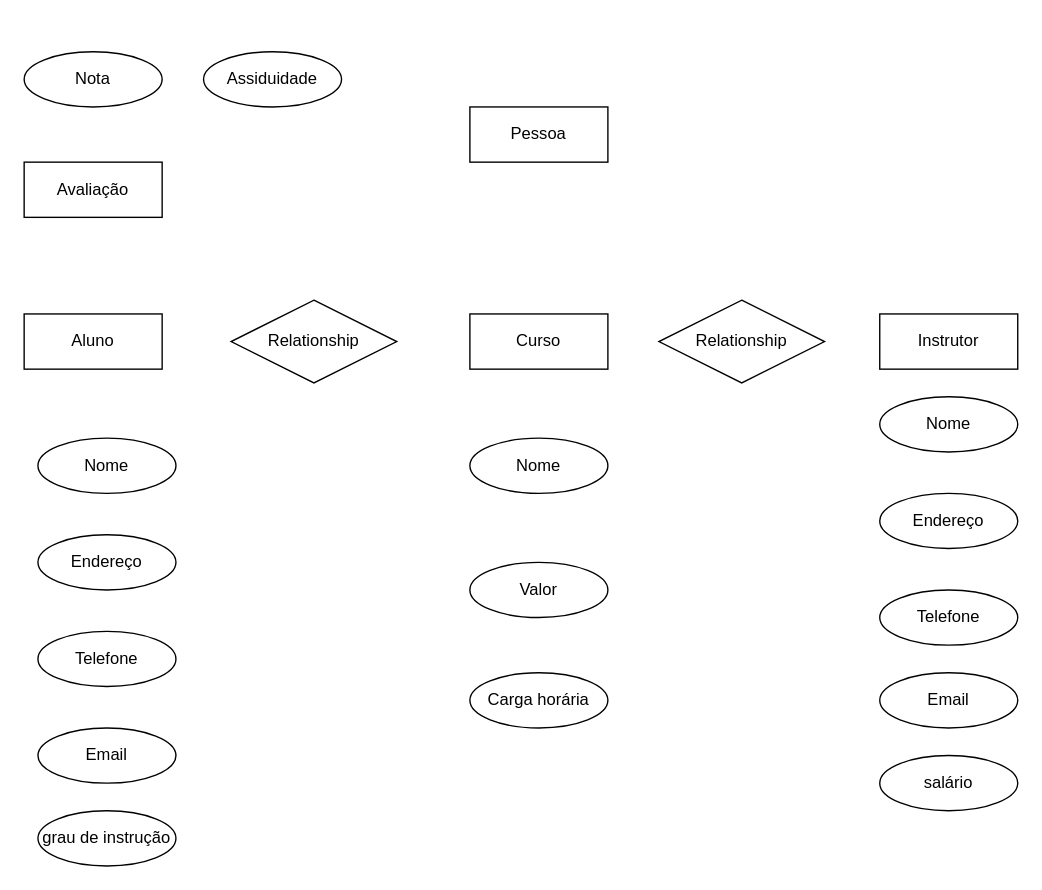
sz-sara/sz-sara keeps this draw.io diagram as Diagrama sem nome.drawio. Above is the earlier version. Source tidied: cells renumbered, new cells numbered last; positions are measured from the earlier drawing's top-left corner, leaving out a move shared by most shapes. Both pictures are drawn from the tidied source at 138%, with x=0, y=0 at pixel (23, 51).
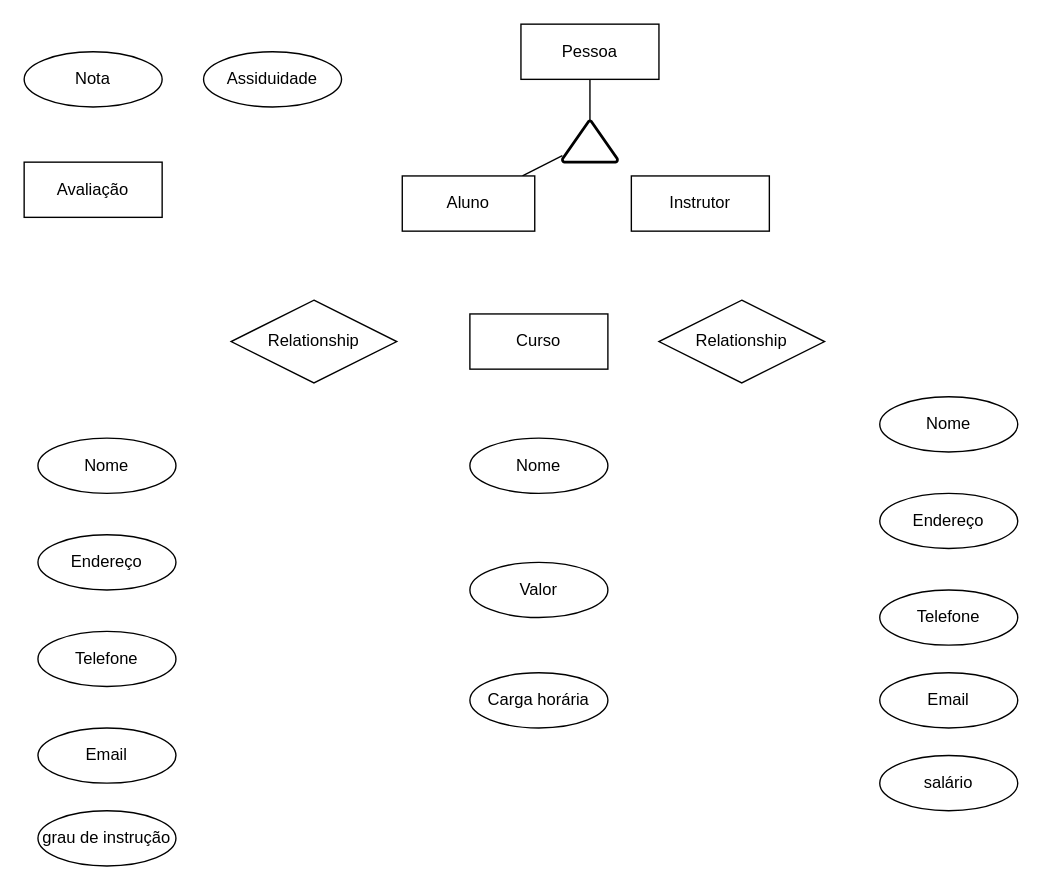
Above is the later version.

The edit, as a diff of the source:
```diff
@@
     <mxCell id="7" value="Instrutor" style="whiteSpace=wrap;html=1;align=center;" parent="1" vertex="1">
-      <mxGeometry x="620" y="190" width="100" height="40" as="geometry" />
+      <mxGeometry x="440" y="90" width="100" height="40" as="geometry" />
     </mxCell>
@@
+    <mxCell id="24" style="edgeStyle=none;rounded=0;jettySize=auto;html=1;endArrow=none;startFill=0;" parent="1" edge="1" source="13" target="26">
+      <mxGeometry relative="1" as="geometry" />
+    </mxCell>
     <mxCell id="13" value="Aluno" style="whiteSpace=wrap;html=1;align=center;" parent="1" vertex="1">
-      <mxGeometry y="190" width="100" height="40" as="geometry" />
+      <mxGeometry x="274" y="90" width="96" height="40" as="geometry" />
     </mxCell>
@@
+    <mxCell id="25" style="edgeStyle=orthogonalEdgeStyle;rounded=0;jettySize=auto;html=1;endArrow=none;startFill=0;" parent="1" edge="1" source="23" target="26">
+      <mxGeometry relative="1" as="geometry" />
+    </mxCell>
     <mxCell id="23" value="Pessoa" style="whiteSpace=wrap;html=1;align=center;" parent="1" vertex="1">
-      <mxGeometry x="323" y="40" width="100" height="40" as="geometry" />
+      <mxGeometry x="360" y="-20" width="100" height="40" as="geometry" />
     </mxCell>
+    <mxCell id="26" style="strokeWidth=2;html=1;shape=mxgraph.flowchart.extract_or_measurement;whiteSpace=wrap;" parent="1" vertex="1">
+      <mxGeometry x="390" y="50" width="40" height="30" as="geometry" />
+    </mxCell>
```
